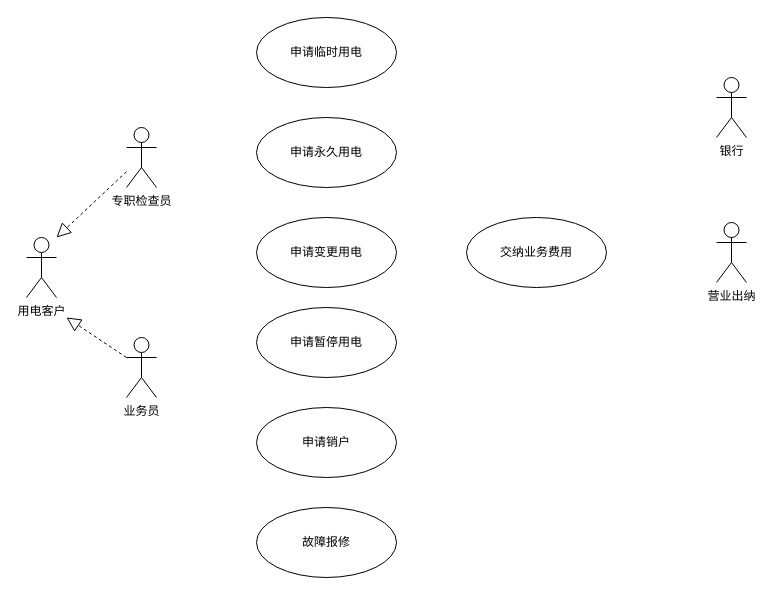
Earlier version of the draw.io diagram page "1.2.2.1-用电客户服务业务概要视图" (19 of 22) of 用户客户服务-业务概要视图.drawio (Riverfish1/test). Source tidied: cells renumbered, new cells numbered last; positions are measured from the earlier drawing's top-left corner, leaving out a move shared by most shapes. Both pictures are drawn from the tidied source at 100%, with x=0, y=0 at pixel (26, 17).
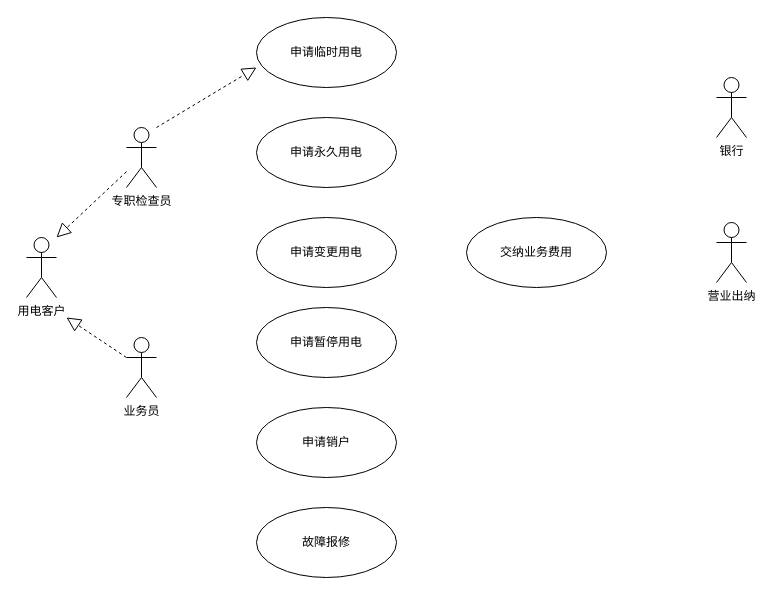
After the change.

Commit message:
更新用户客户服务-业务概要视图.drawio

What changed in the source:
```diff
@@
 <mxGraphModel>
   <root>
     <mxCell id="0" />
     <mxCell id="1" parent="0" />
     <mxCell id="2" value="用电客户" style="shape=umlActor;verticalLabelPosition=bottom;verticalAlign=top;html=1;" parent="1" vertex="1">
       <mxGeometry y="220" width="30" height="60" as="geometry" />
     </mxCell>
     <mxCell id="3" value="专职检查员" style="shape=umlActor;verticalLabelPosition=bottom;verticalAlign=top;html=1;" parent="1" vertex="1">
       <mxGeometry x="100" y="110" width="30" height="60" as="geometry" />
     </mxCell>
     <mxCell id="4" value="业务员" style="shape=umlActor;verticalLabelPosition=bottom;verticalAlign=top;html=1;" parent="1" vertex="1">
       <mxGeometry x="100" y="320" width="30" height="60" as="geometry" />
     </mxCell>
     <mxCell id="5" value="申请临时用电" style="ellipse;whiteSpace=wrap;html=1;" parent="1" vertex="1">
       <mxGeometry x="230" width="140" height="70" as="geometry" />
     </mxCell>
     <mxCell id="6" value="申请永久用电" style="ellipse;whiteSpace=wrap;html=1;" parent="1" vertex="1">
       <mxGeometry x="230" y="100" width="140" height="70" as="geometry" />
     </mxCell>
     <mxCell id="7" value="申请变更用电" style="ellipse;whiteSpace=wrap;html=1;" parent="1" vertex="1">
       <mxGeometry x="230" y="200" width="140" height="70" as="geometry" />
     </mxCell>
     <mxCell id="8" value="申请暂停用电" style="ellipse;whiteSpace=wrap;html=1;" parent="1" vertex="1">
       <mxGeometry x="230" y="290" width="140" height="70" as="geometry" />
     </mxCell>
     <mxCell id="9" value="申请销户" style="ellipse;whiteSpace=wrap;html=1;" parent="1" vertex="1">
       <mxGeometry x="230" y="390" width="140" height="70" as="geometry" />
     </mxCell>
     <mxCell id="10" value="故障报修" style="ellipse;whiteSpace=wrap;html=1;" parent="1" vertex="1">
       <mxGeometry x="230" y="490" width="140" height="70" as="geometry" />
     </mxCell>
     <mxCell id="11" value="交纳业务费用" style="ellipse;whiteSpace=wrap;html=1;" parent="1" vertex="1">
       <mxGeometry x="440" y="200" width="140" height="70" as="geometry" />
     </mxCell>
     <mxCell id="12" value="营业出纳" style="shape=umlActor;verticalLabelPosition=bottom;verticalAlign=top;html=1;" parent="1" vertex="1">
       <mxGeometry x="690" y="205" width="30" height="60" as="geometry" />
     </mxCell>
     <mxCell id="13" value="银行" style="shape=umlActor;verticalLabelPosition=bottom;verticalAlign=top;html=1;" parent="1" vertex="1">
       <mxGeometry x="690" y="60" width="30" height="60" as="geometry" />
     </mxCell>
     <mxCell id="14" style="endArrow=block;dashed=1;endFill=0;endSize=12;html=1;" parent="1" edge="1" source="3">
       <mxGeometry relative="1" as="geometry">
         <mxPoint x="30" y="220" as="targetPoint" />
       </mxGeometry>
     </mxCell>
     <mxCell id="15" style="endArrow=block;dashed=1;endFill=0;endSize=12;html=1;" parent="1" edge="1" source="4">
       <mxGeometry relative="1" as="geometry">
         <mxPoint x="40" y="300" as="targetPoint" />
       </mxGeometry>
     </mxCell>
+    <mxCell id="16" style="endArrow=block;dashed=1;endFill=0;endSize=12;html=1;entryX=0;entryY=0.714;entryDx=0;entryDy=0;entryPerimeter=0;" parent="1" edge="1" target="5">
+      <mxGeometry relative="1" as="geometry">
+        <mxPoint x="130" y="110" as="sourcePoint" />
+      </mxGeometry>
+    </mxCell>
   </root>
 </mxGraphModel>
```
